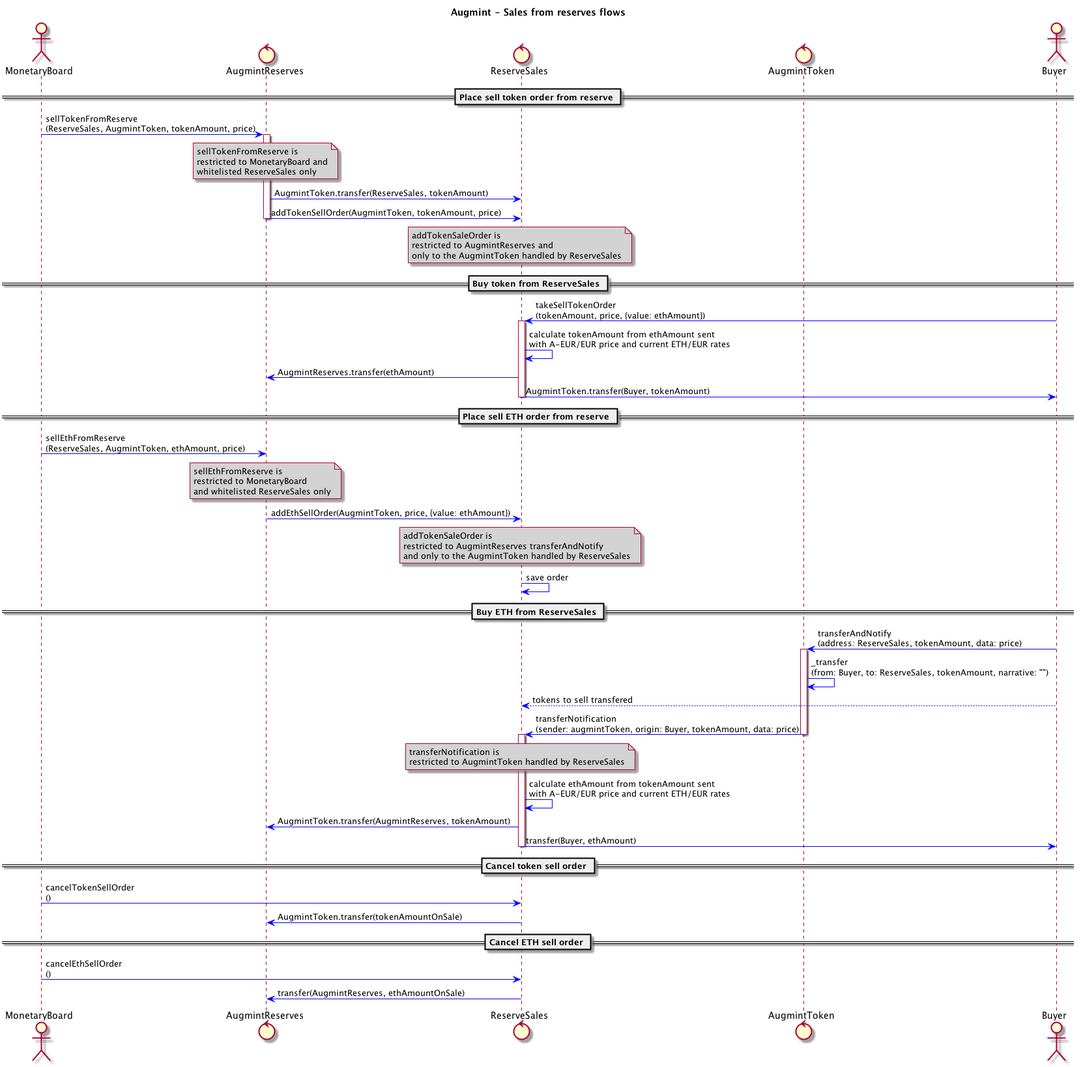
Earlier version of the PlantUML export docs/reserveSalesFlow.png (Augmint/augmint-contracts).
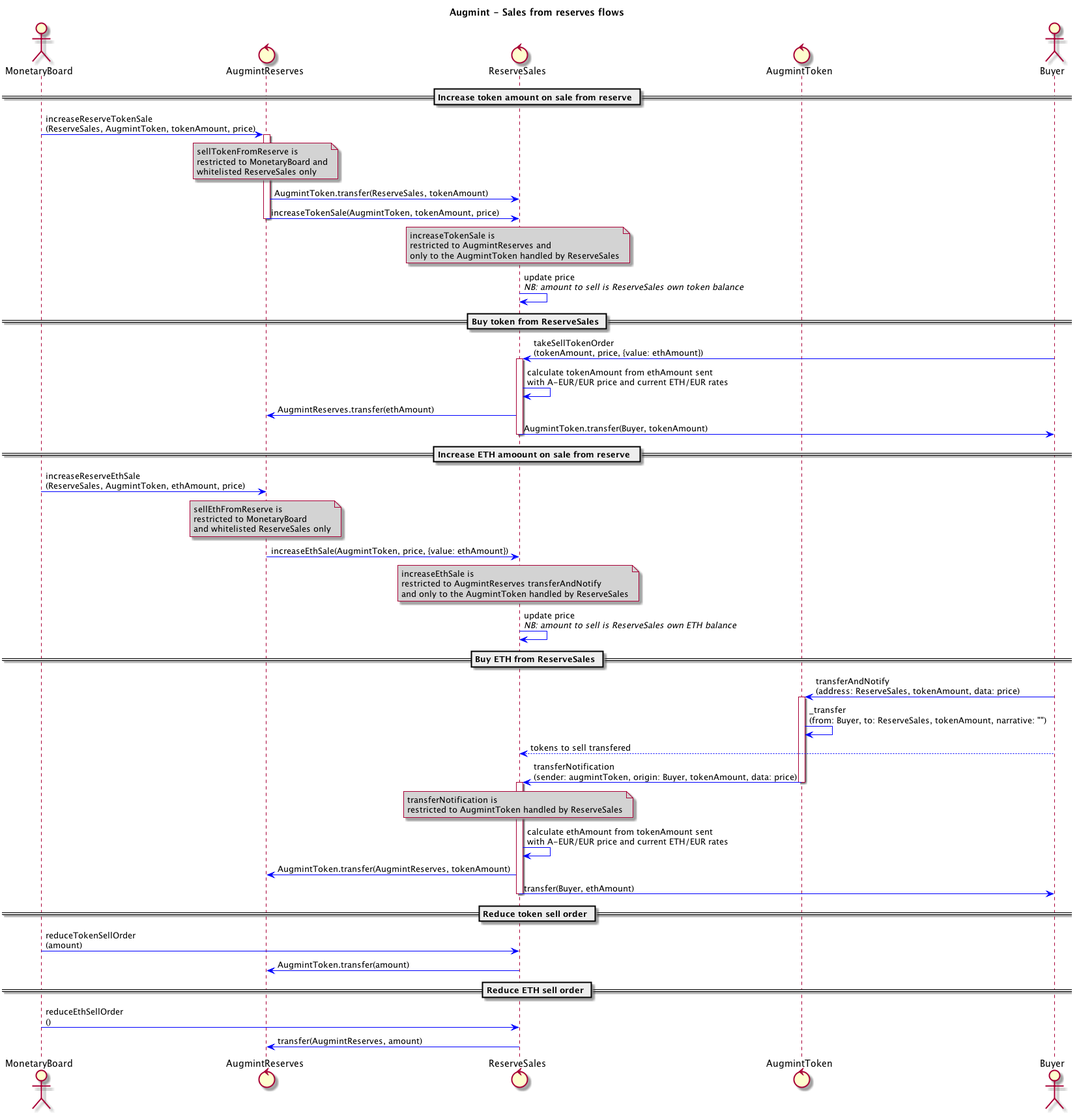
Later version of the same file.

Commit message:
changed to increase/reduce amount instead of add/cancel order #18

What changed in the source:
```diff
@@ -9,8 +9,8 @@
 control AugmintToken
 actor Buyer
 
-== Place sell token order from reserve ==
-MonetaryBoard -> AugmintReserves : sellTokenFromReserve\n(ReserveSales, AugmintToken, tokenAmount, price)
+== Increase token amount on sale from reserve ==
+MonetaryBoard -> AugmintReserves : increaseReserveTokenSale\n(ReserveSales, AugmintToken, tokenAmount, price)
 note over AugmintReserves
     sellTokenFromReserve is
     restricted to MonetaryBoard and
@@ -19,14 +19,15 @@
 
 activate AugmintReserves
     AugmintReserves -> ReserveSales : AugmintToken.transfer(ReserveSales, tokenAmount)
-    AugmintReserves -> ReserveSales : addTokenSellOrder(AugmintToken, tokenAmount, price)
+    AugmintReserves -> ReserveSales : increaseTokenSale(AugmintToken, tokenAmount, price)
 deactivate AugmintReserves
 
 note over ReserveSales
-    addTokenSaleOrder is
+    increaseTokenSale is
     restricted to AugmintReserves and
     only to the AugmintToken handled by ReserveSales
 end note
+ReserveSales -> ReserveSales : update price\n//NB: amount to sell is ReserveSales own token balance//
 
 == Buy token from ReserveSales ==
 Buyer -> ReserveSales : takeSellTokenOrder\n(tokenAmount, price, {value: ethAmount})
@@ -36,22 +37,22 @@
     ReserveSales -> Buyer : AugmintToken.transfer(Buyer, tokenAmount)
 deactivate ReserveSales
 
-== Place sell ETH order from reserve ==
-MonetaryBoard -> AugmintReserves : sellEthFromReserve\n(ReserveSales, AugmintToken, ethAmount, price)
+== Increase ETH amoount on sale from reserve  ==
+MonetaryBoard -> AugmintReserves : increaseReserveEthSale\n(ReserveSales, AugmintToken, ethAmount, price)
 note over AugmintReserves
     sellEthFromReserve is
     restricted to MonetaryBoard
     and whitelisted ReserveSales only
 end note
 
-AugmintReserves -> ReserveSales : addEthSellOrder(AugmintToken, price, {value: ethAmount})
+AugmintReserves -> ReserveSales : increaseEthSale(AugmintToken, price, {value: ethAmount})
 
 note over ReserveSales
-    addTokenSaleOrder is
+    increaseEthSale is
     restricted to AugmintReserves transferAndNotify
     and only to the AugmintToken handled by ReserveSales
 end note
-ReserveSales -> ReserveSales : save order
+ReserveSales -> ReserveSales : update price\n//NB: amount to sell is ReserveSales own ETH balance//
 
 == Buy ETH from ReserveSales ==
 Buyer -> AugmintToken : transferAndNotify\n(address: ReserveSales, tokenAmount, data: price)
@@ -72,12 +73,12 @@
     ReserveSales -> Buyer : transfer(Buyer, ethAmount)
 deactivate ReserveSales
 
-== Cancel token sell order ==
-MonetaryBoard -> ReserveSales : cancelTokenSellOrder\n()
-ReserveSales -> AugmintReserves : AugmintToken.transfer(tokenAmountOnSale)
+== Reduce token sell order ==
+MonetaryBoard -> ReserveSales : reduceTokenSellOrder\n(amount)
+ReserveSales -> AugmintReserves : AugmintToken.transfer(amount)
 
-== Cancel ETH sell order ==
-MonetaryBoard -> ReserveSales : cancelEthSellOrder\n()
-ReserveSales -> AugmintReserves : transfer(AugmintReserves, ethAmountOnSale)
+== Reduce ETH sell order ==
+MonetaryBoard -> ReserveSales : reduceEthSellOrder\n()
+ReserveSales -> AugmintReserves : transfer(AugmintReserves, amount)
 
 @enduml
```
